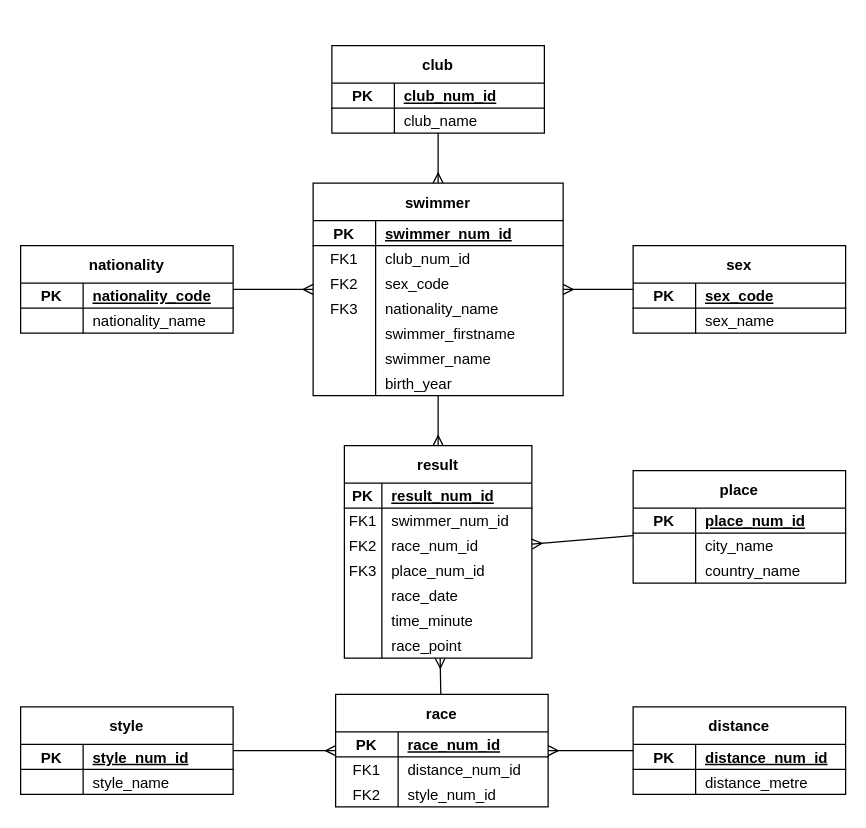
Above: page "Swimstats" (3 of 3) of swimstats.drawio in Swithan/Swimstats (draw.io), before the change. Source tidied: cells renumbered, new cells numbered last; positions are measured from the earlier drawing's top-left corner, leaving out a move shared by most shapes. Both pictures are drawn from the tidied source at 125%, with x=0, y=0 at pixel (20, 45).
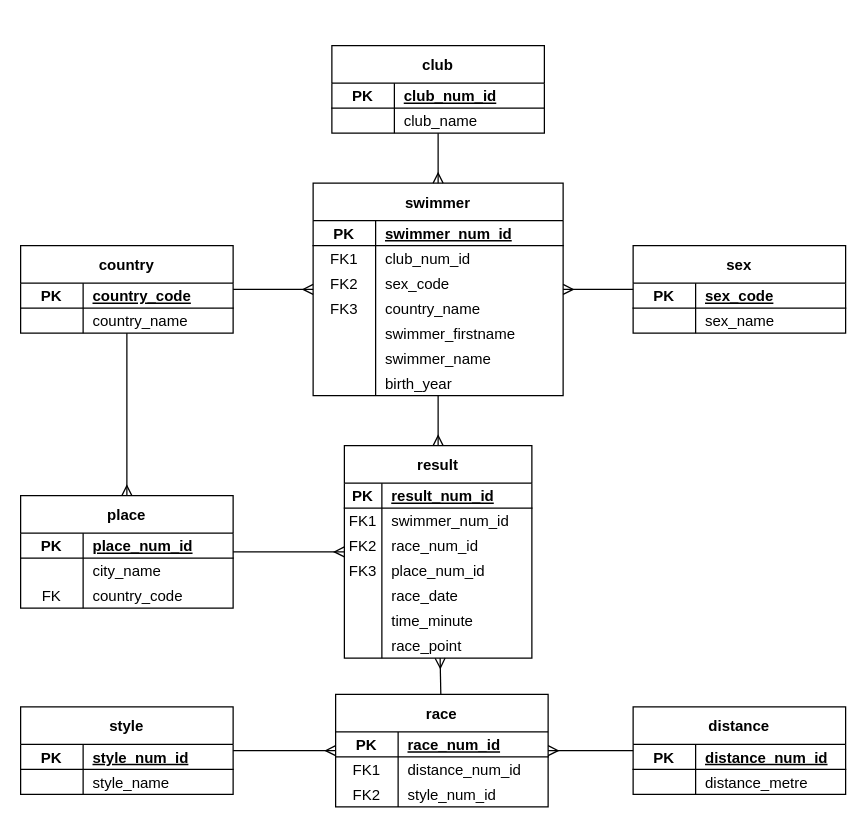
Above is the later version.

The change refers to these unchanged cells:
```xml
<mxCell id="22" style="shape=tableRow;horizontal=0;startSize=0;swimlaneHead=0;swimlaneBody=0;fillColor=none;top=0;left=0;right=0;bottom=0;" parent="12" vertex="1">
  <mxGeometry y="90" width="200" height="20" as="geometry" />
</mxCell>
<mxCell id="74" style="shape=tableRow;horizontal=0;startSize=0;swimlaneHead=0;swimlaneBody=0;fillColor=none;top=0;left=0;right=0;bottom=0;" parent="67" vertex="1">
  <mxGeometry y="70" width="170" height="20" as="geometry" />
</mxCell>
<mxCell id="103" style="shape=tableRow;horizontal=0;startSize=0;swimlaneHead=0;swimlaneBody=0;fillColor=none;top=0;left=0;right=0;bottom=1;" parent="102" vertex="1">
  <mxGeometry y="30" width="170" height="20" as="geometry" />
</mxCell>
<mxCell id="106" style="shape=tableRow;horizontal=0;startSize=0;swimlaneHead=0;swimlaneBody=0;fillColor=none;top=0;left=0;right=0;bottom=0;" parent="102" vertex="1">
  <mxGeometry y="50" width="170" height="20" as="geometry" />
</mxCell>
```

What changed in the source:
```diff
@@
-    <mxCell id="24" value="nationality_name" style="shape=partialRectangle;fillColor=none;top=0;left=0;bottom=0;right=0;align=left;spacingLeft=6;overflow=hidden;" parent="22" vertex="1">
+    <mxCell id="24" value="country_name" style="shape=partialRectangle;fillColor=none;top=0;left=0;bottom=0;right=0;align=left;spacingLeft=6;overflow=hidden;" parent="22" vertex="1">
       <mxGeometry x="50" width="150" height="20" as="geometry" />
     </mxCell>
@@
     <mxCell id="67" value="place" style="shape=table;startSize=30;childLayout=tableLayout;rowLines=0;fontStyle=1;align=center;" parent="1" vertex="1">
-      <mxGeometry x="490" y="340" width="170" height="90" as="geometry" />
+      <mxGeometry y="360" width="170" height="90" as="geometry" />
     </mxCell>
@@
-    <mxCell id="75" style="shape=partialRectangle;fillColor=none;top=0;left=0;bottom=0;right=0;overflow=hidden;" parent="74" vertex="1">
+    <mxCell id="75" value="FK" style="shape=partialRectangle;fillColor=none;top=0;left=0;bottom=0;right=0;overflow=hidden;" parent="74" vertex="1">
       <mxGeometry width="50" height="20" as="geometry" />
     </mxCell>
-    <mxCell id="76" value="country_name" style="shape=partialRectangle;fillColor=none;top=0;left=0;bottom=0;right=0;align=left;spacingLeft=6;overflow=hidden;" parent="74" vertex="1">
+    <mxCell id="76" value="country_code" style="shape=partialRectangle;fillColor=none;top=0;left=0;bottom=0;right=0;align=left;spacingLeft=6;overflow=hidden;" parent="74" vertex="1">
       <mxGeometry x="50" width="120" height="20" as="geometry" />
     </mxCell>
@@
-    <mxCell id="102" value="nationality" style="shape=table;startSize=30;childLayout=tableLayout;rowLines=0;fontStyle=1;align=center;" parent="1" vertex="1">
+    <mxCell id="102" value="country" style="shape=table;startSize=30;childLayout=tableLayout;rowLines=0;fontStyle=1;align=center;" parent="1" vertex="1">
       <mxGeometry y="160" width="170" height="70" as="geometry" />
     </mxCell>
@@
-    <mxCell id="105" value="nationality_code" style="shape=partialRectangle;fillColor=none;top=0;left=0;bottom=0;right=0;align=left;spacingLeft=6;fontStyle=5;overflow=hidden;" parent="103" vertex="1">
+    <mxCell id="105" value="country_code" style="shape=partialRectangle;fillColor=none;top=0;left=0;bottom=0;right=0;align=left;spacingLeft=6;fontStyle=5;overflow=hidden;" parent="103" vertex="1">
       <mxGeometry x="50" width="120" height="20" as="geometry" />
     </mxCell>
@@
-    <mxCell id="108" value="nationality_name" style="shape=partialRectangle;fillColor=none;top=0;left=0;bottom=0;right=0;align=left;spacingLeft=6;overflow=hidden;" parent="106" vertex="1">
+    <mxCell id="108" value="country_name" style="shape=partialRectangle;fillColor=none;top=0;left=0;bottom=0;right=0;align=left;spacingLeft=6;overflow=hidden;" parent="106" vertex="1">
       <mxGeometry x="50" width="120" height="20" as="geometry" />
     </mxCell>
@@
+    <mxCell id="110" style="endArrow=ERmany;html=1;rounded=0;endFill=0;" parent="1" edge="1" source="102" target="67">
+      <mxGeometry relative="1" as="geometry" />
+    </mxCell>
```
